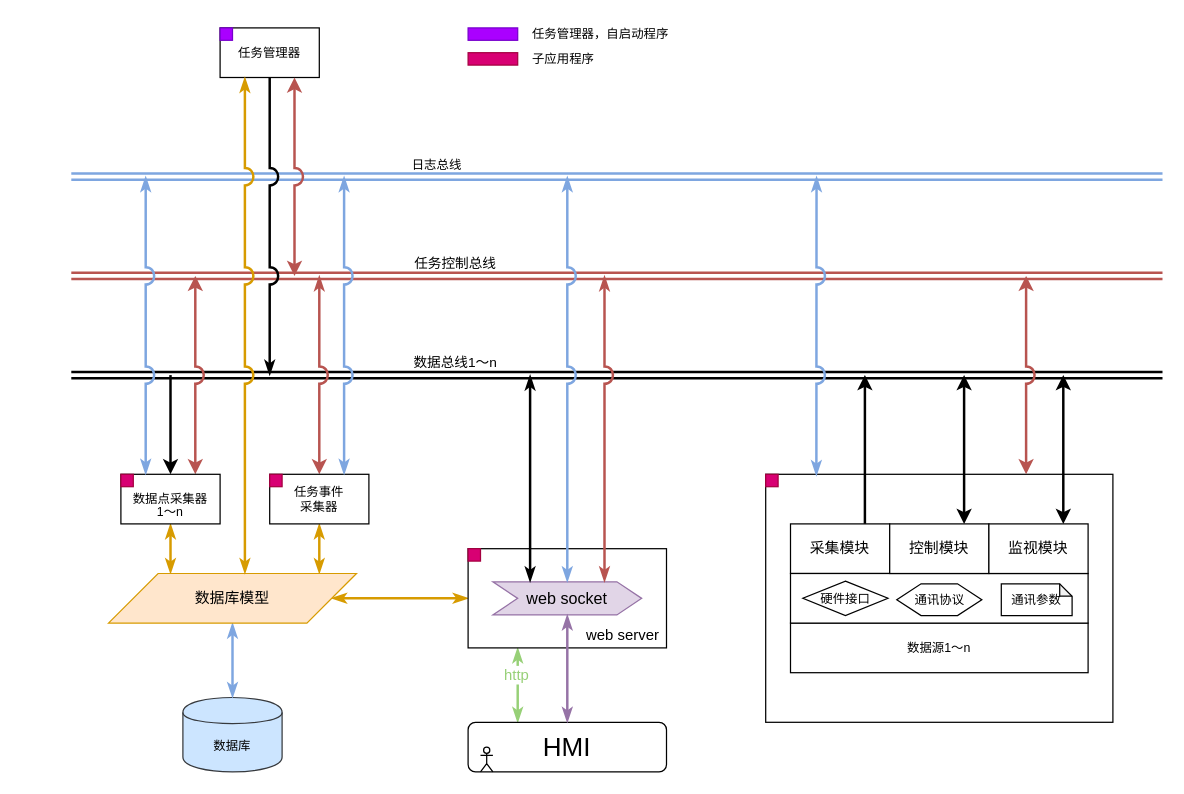
Before: 未命名绘图.drawio in bedreamer/draw.io, a draw.io diagram. Source tidied: cells renumbered, new cells numbered last; positions are measured from the earlier drawing's top-left corner, leaving out a move shared by most shapes. Both pictures are drawn from the tidied source at 124%, with x=0, y=0 at pixel (71, 21).
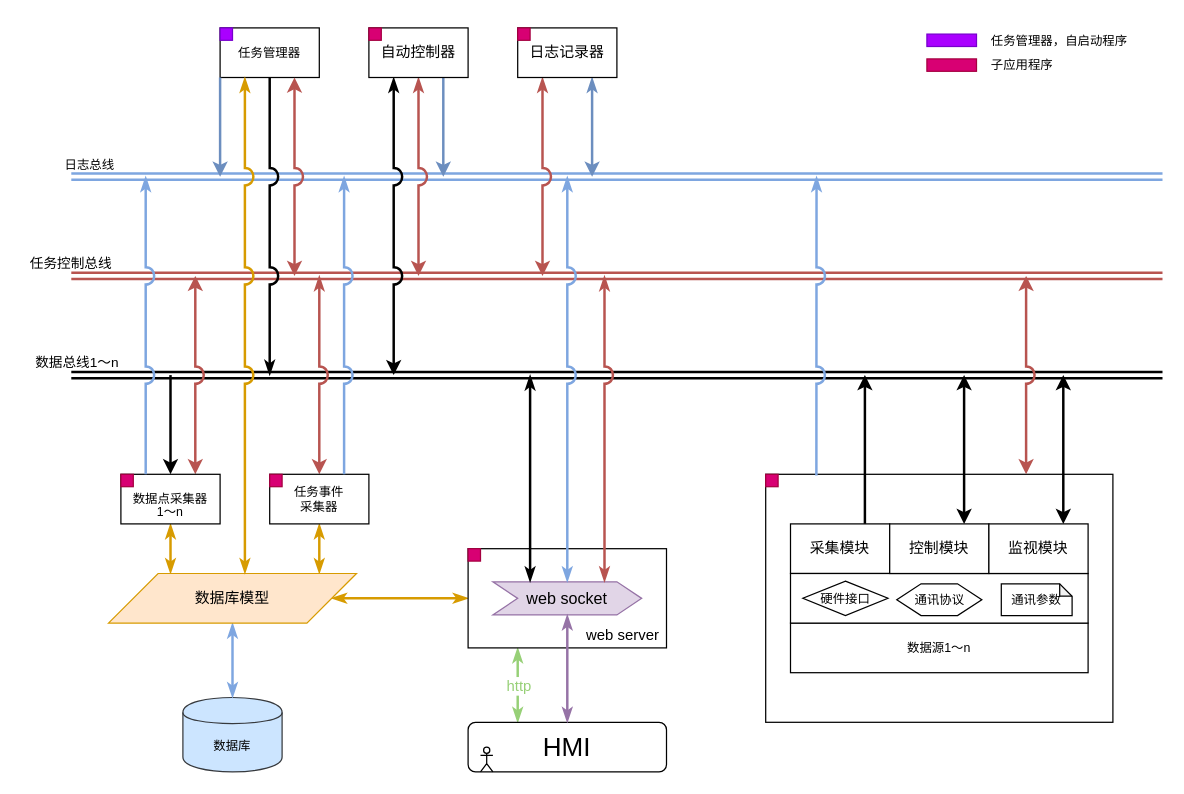
Above is the later version.

Commit message:
更新未命名绘图.drawio

The change refers to these unchanged cells:
```xml
<mxCell id="2" style="rounded=0;whiteSpace=wrap;html=1;strokeColor=#000000;fillColor=#ffffff;fontSize=13;fontColor=#000000;align=left;" parent="1" vertex="1">
  <mxGeometry x="560" y="365" width="280" height="200" as="geometry" />
</mxCell>
<mxCell id="13" style="edgeStyle=orthogonalEdgeStyle;rounded=0;jumpStyle=arc;jumpSize=12;jettySize=auto;html=1;exitX=0.25;exitY=0;exitDx=0;exitDy=0;entryX=0.25;entryY=1;entryDx=0;entryDy=0;startArrow=classicThin;startFill=1;endArrow=classicThin;endFill=1;strokeColor=#97D077;fontSize=21;fillColor=#cdeb8b;strokeWidth=2;" parent="1" edge="1" source="15" target="37">
  <mxGeometry relative="1" as="geometry" />
</mxCell>
<mxCell id="27" value="任务管理器" style="rounded=0;whiteSpace=wrap;html=1;strokeColor=#000000;fillColor=#ffffff;fontSize=10;" parent="26" vertex="1">
  <mxGeometry width="80" height="40" as="geometry" />
</mxCell>
<mxCell id="30" value="&lt;p style=&quot;line-height: 0%&quot;&gt;&lt;br&gt;&lt;/p&gt;&lt;p style=&quot;line-height: 100%&quot;&gt;数据点采集器&lt;br style=&quot;font-size: 10px&quot;&gt;1～n&lt;/p&gt;" style="rounded=0;whiteSpace=wrap;html=1;strokeColor=#000000;fillColor=#ffffff;fontSize=10;spacing=2;" parent="29" vertex="1">
  <mxGeometry width="80" height="40" as="geometry" />
</mxCell>
<mxCell id="33" value="任务事件&lt;br style=&quot;font-size: 10px&quot;&gt;采集器" style="rounded=0;whiteSpace=wrap;html=1;strokeColor=#000000;fillColor=#ffffff;fontSize=10;" parent="32" vertex="1">
  <mxGeometry width="80" height="40" as="geometry" />
</mxCell>
```

Diff of the diagram source:
```diff
@@
     <mxCell id="4" value="数据总线1～n" style="text;html=1;strokeColor=none;fillColor=none;align=center;verticalAlign=middle;whiteSpace=wrap;rounded=0;fontSize=11;" parent="1" vertex="1">
-      <mxGeometry x="265" y="265" width="90" height="20" as="geometry" />
+      <mxGeometry x="-40" y="265" width="90" height="20" as="geometry" />
     </mxCell>
     <mxCell id="5" value="任务控制总线" style="text;html=1;strokeColor=none;fillColor=none;align=center;verticalAlign=middle;whiteSpace=wrap;rounded=0;fontSize=11;" parent="1" vertex="1">
-      <mxGeometry x="270" y="185" width="80" height="20" as="geometry" />
+      <mxGeometry x="-40" y="185" width="80" height="20" as="geometry" />
     </mxCell>
@@
     <mxCell id="14" value="http" style="text;html=1;align=center;verticalAlign=middle;labelBackgroundColor=#ffffff;fontSize=12;fontColor=#97D077;" parent="13" vertex="1">
-      <mxGeometry x="0.31" y="2" relative="1" as="geometry" />
+      <mxGeometry x="0.31" y="2" relative="1" as="geometry">
+        <mxPoint x="2" y="9" as="offset" />
+      </mxGeometry>
     </mxCell>
@@
     <mxCell id="25" value="日志总线" style="text;html=1;strokeColor=none;fillColor=none;align=center;verticalAlign=middle;whiteSpace=wrap;rounded=0;fontSize=10;fontColor=#000000;" parent="1" vertex="1">
-      <mxGeometry x="270" y="105" width="50" height="20" as="geometry" />
+      <mxGeometry x="-10" y="105" width="50" height="20" as="geometry" />
     </mxCell>
@@
-    <mxCell id="42" style="edgeStyle=orthogonalEdgeStyle;rounded=0;jumpStyle=arc;jumpSize=12;jettySize=auto;html=1;exitX=0.25;exitY=0;exitDx=0;exitDy=0;startArrow=classicThin;startFill=1;endArrow=classicThin;endFill=1;strokeColor=#7EA6E0;strokeWidth=2;fontSize=10;fontColor=#000000;" parent="1" edge="1" source="30">
+    <mxCell id="42" style="edgeStyle=orthogonalEdgeStyle;rounded=0;jumpStyle=arc;jumpSize=12;jettySize=auto;html=1;exitX=0.25;exitY=0;exitDx=0;exitDy=0;startArrow=none;startFill=0;endArrow=classicThin;endFill=1;strokeColor=#7EA6E0;strokeWidth=2;fontSize=10;fontColor=#000000;" parent="1" edge="1" source="30">
       <mxGeometry relative="1" as="geometry">
         <mxPoint x="60" y="125" as="targetPoint" />
       </mxGeometry>
     </mxCell>
-    <mxCell id="43" style="edgeStyle=orthogonalEdgeStyle;rounded=0;jumpStyle=arc;jumpSize=12;jettySize=auto;html=1;exitX=0.75;exitY=0;exitDx=0;exitDy=0;startArrow=classicThin;startFill=1;endArrow=classicThin;endFill=1;strokeColor=#7EA6E0;strokeWidth=2;fontSize=10;fontColor=#000000;" parent="1" edge="1" source="33">
+    <mxCell id="43" style="edgeStyle=orthogonalEdgeStyle;rounded=0;jumpStyle=arc;jumpSize=12;jettySize=auto;html=1;exitX=0.75;exitY=0;exitDx=0;exitDy=0;startArrow=none;startFill=0;endArrow=classicThin;endFill=1;strokeColor=#7EA6E0;strokeWidth=2;fontSize=10;fontColor=#000000;" parent="1" edge="1" source="33">
       <mxGeometry relative="1" as="geometry">
         <mxPoint x="220" y="125" as="targetPoint" />
       </mxGeometry>
     </mxCell>
     <mxCell id="44" style="rounded=0;whiteSpace=wrap;html=1;strokeColor=#7700CC;fillColor=#aa00ff;fontSize=12;fontColor=#ffffff;" parent="1" vertex="1">
-      <mxGeometry x="320" y="5" width="40" height="10" as="geometry" />
+      <mxGeometry x="690" y="10" width="40" height="10" as="geometry" />
     </mxCell>
     <mxCell id="45" value="任务管理器，自启动程序" style="text;html=1;strokeColor=none;fillColor=none;align=left;verticalAlign=middle;whiteSpace=wrap;rounded=0;fontSize=10;fontColor=#000000;" parent="1" vertex="1">
-      <mxGeometry x="370" width="120" height="20" as="geometry" />
+      <mxGeometry x="740" y="5" width="120" height="20" as="geometry" />
     </mxCell>
     <mxCell id="46" style="rounded=0;whiteSpace=wrap;html=1;strokeColor=#A50040;fillColor=#d80073;fontSize=12;fontColor=#ffffff;" parent="1" vertex="1">
-      <mxGeometry x="320" y="25" width="40" height="10" as="geometry" />
+      <mxGeometry x="690" y="30" width="40" height="10" as="geometry" />
     </mxCell>
     <mxCell id="47" value="子应用程序" style="text;html=1;strokeColor=none;fillColor=none;align=left;verticalAlign=middle;whiteSpace=wrap;rounded=0;fontSize=10;fontColor=#000000;" parent="1" vertex="1">
-      <mxGeometry x="370" y="20" width="120" height="20" as="geometry" />
+      <mxGeometry x="740" y="25" width="120" height="20" as="geometry" />
     </mxCell>
@@
-    <mxCell id="60" style="endArrow=classicThin;startArrow=classicThin;html=1;strokeColor=#7EA6E0;strokeWidth=2;fontSize=13;fontColor=#000000;endSize=6;startSize=6;exitX=0.146;exitY=0.005;exitDx=0;exitDy=0;exitPerimeter=0;startFill=1;endFill=1;jumpStyle=arc;jumpSize=12;" parent="1" edge="1" source="2">
+    <mxCell id="60" style="endArrow=classicThin;startArrow=none;html=1;strokeColor=#7EA6E0;strokeWidth=2;fontSize=13;fontColor=#000000;endSize=6;startSize=6;exitX=0.146;exitY=0.005;exitDx=0;exitDy=0;exitPerimeter=0;startFill=0;endFill=1;jumpStyle=arc;jumpSize=12;" parent="1" edge="1" source="2">
       <mxGeometry relative="1" as="geometry">
         <mxPoint x="601" y="125" as="targetPoint" />
       </mxGeometry>
     </mxCell>
@@
+    <mxCell id="66" style="edgeStyle=orthogonalEdgeStyle;rounded=0;jumpStyle=arc;jumpSize=12;jettySize=auto;html=1;exitX=0.25;exitY=1;exitDx=0;exitDy=0;strokeWidth=2;startArrow=classicThin;startFill=1;" parent="1" edge="1" source="69">
+      <mxGeometry relative="1" as="geometry">
+        <mxPoint x="260" y="285" as="targetPoint" />
+      </mxGeometry>
+    </mxCell>
+    <mxCell id="67" style="edgeStyle=orthogonalEdgeStyle;rounded=0;jumpStyle=arc;jumpSize=12;jettySize=auto;html=1;exitX=0.75;exitY=1;exitDx=0;exitDy=0;strokeWidth=2;fillColor=#dae8fc;strokeColor=#6c8ebf;" parent="1" edge="1" source="69">
+      <mxGeometry relative="1" as="geometry">
+        <mxPoint x="300" y="125" as="targetPoint" />
+      </mxGeometry>
+    </mxCell>
+    <mxCell id="68" style="edgeStyle=orthogonalEdgeStyle;rounded=0;jumpStyle=arc;jumpSize=12;jettySize=auto;html=1;exitX=0.5;exitY=1;exitDx=0;exitDy=0;startArrow=classicThin;startFill=1;strokeWidth=2;fillColor=#f8cecc;strokeColor=#b85450;" parent="1" edge="1" source="69">
+      <mxGeometry relative="1" as="geometry">
+        <mxPoint x="280" y="205" as="targetPoint" />
+      </mxGeometry>
+    </mxCell>
+    <mxCell id="69" value="自动控制器" style="rounded=0;whiteSpace=wrap;html=1;" parent="1" vertex="1">
+      <mxGeometry x="240" y="5" width="80" height="40" as="geometry" />
+    </mxCell>
+    <mxCell id="70" style="rounded=0;whiteSpace=wrap;html=1;strokeColor=#A50040;fillColor=#d80073;fontSize=12;fontColor=#ffffff;" parent="1" vertex="1">
+      <mxGeometry x="240" y="5" width="10" height="10" as="geometry" />
+    </mxCell>
+    <mxCell id="71" style="edgeStyle=orthogonalEdgeStyle;rounded=0;jumpStyle=arc;jumpSize=12;jettySize=auto;html=1;exitX=0;exitY=1;exitDx=0;exitDy=0;fillColor=#dae8fc;strokeColor=#6c8ebf;strokeWidth=2;" parent="1" edge="1" source="27">
+      <mxGeometry relative="1" as="geometry">
+        <mxPoint x="120" y="125" as="targetPoint" />
+      </mxGeometry>
+    </mxCell>
+    <mxCell id="72" style="edgeStyle=orthogonalEdgeStyle;rounded=0;jumpStyle=arc;jumpSize=12;jettySize=auto;html=1;exitX=0.75;exitY=1;exitDx=0;exitDy=0;startArrow=classicThin;startFill=1;strokeWidth=2;fillColor=#dae8fc;strokeColor=#6c8ebf;" parent="1" edge="1" source="74">
+      <mxGeometry relative="1" as="geometry">
+        <mxPoint x="420" y="125" as="targetPoint" />
+      </mxGeometry>
+    </mxCell>
+    <mxCell id="73" style="edgeStyle=orthogonalEdgeStyle;rounded=0;jumpStyle=arc;jumpSize=12;jettySize=auto;html=1;exitX=0.25;exitY=1;exitDx=0;exitDy=0;startArrow=classicThin;startFill=1;strokeWidth=2;fillColor=#f8cecc;strokeColor=#b85450;" parent="1" edge="1" source="74">
+      <mxGeometry relative="1" as="geometry">
+        <mxPoint x="380" y="205" as="targetPoint" />
+      </mxGeometry>
+    </mxCell>
+    <mxCell id="74" value="日志记录器" style="rounded=0;whiteSpace=wrap;html=1;" parent="1" vertex="1">
+      <mxGeometry x="360" y="5" width="80" height="40" as="geometry" />
+    </mxCell>
+    <mxCell id="75" style="rounded=0;whiteSpace=wrap;html=1;strokeColor=#A50040;fillColor=#d80073;fontSize=12;fontColor=#ffffff;" parent="1" vertex="1">
+      <mxGeometry x="360" y="5" width="10" height="10" as="geometry" />
+    </mxCell>
```
